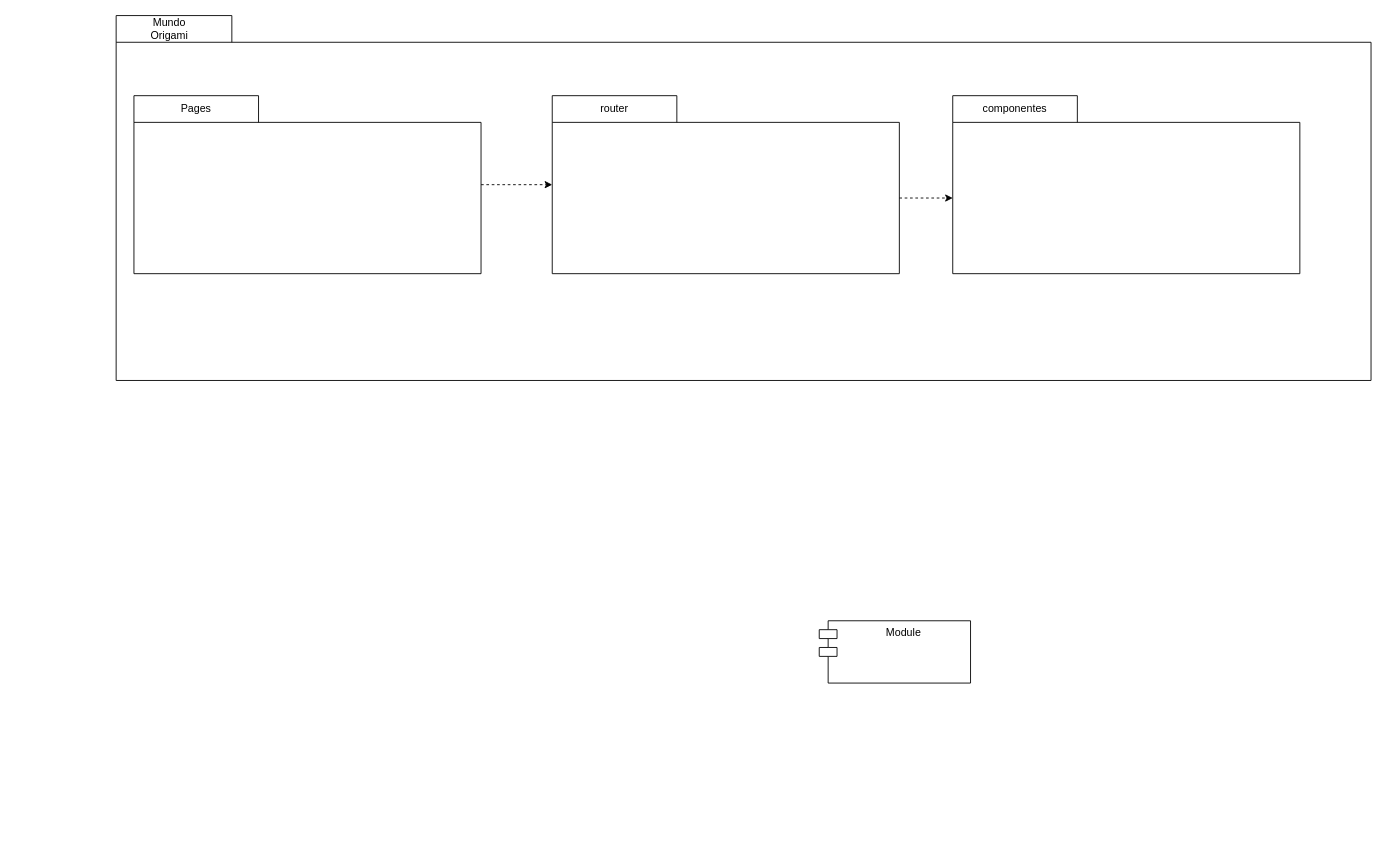
andrescastillo1996/documentacionMundoOrigami keeps this draw.io diagram as Diagrama de paquetes front-end.drawio. Above is the earlier version. Source tidied: cells renumbered, new cells numbered last; positions are measured from the earlier drawing's top-left corner, leaving out a move shared by most shapes. Both pictures are drawn from the tidied source at 89%, with x=0, y=0 at pixel (116, 15).
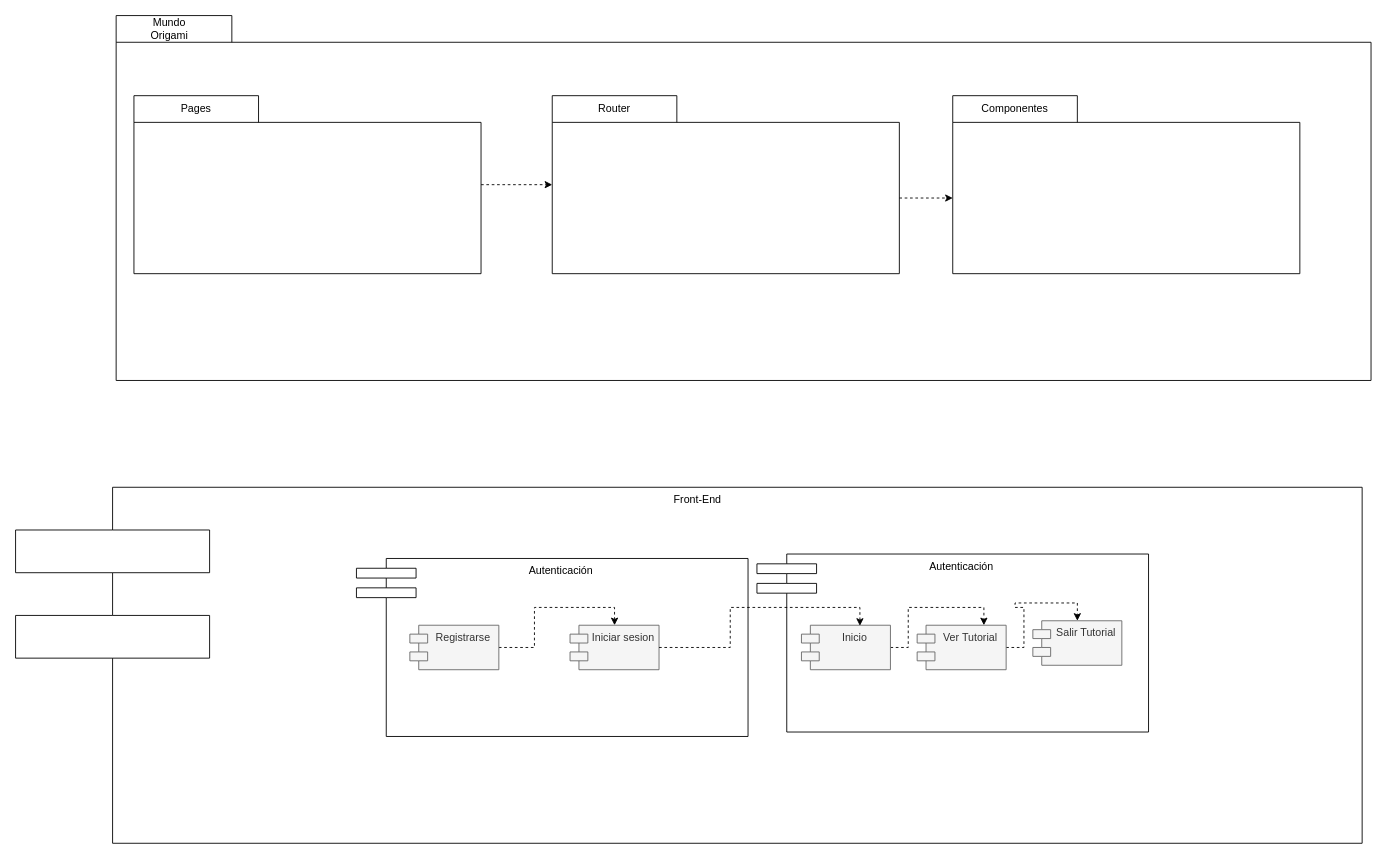
The same page after the edit.

The edit, as a diff of the source:
```diff
@@
-    <mxCell id="3" value="Module" style="shape=module;align=left;spacingLeft=20;align=center;verticalAlign=top;" parent="1" vertex="1">
-      <mxGeometry x="790" y="680" width="170" height="70" as="geometry" />
+    <mxCell id="3" value="Front-End" style="shape=module;align=left;spacingLeft=20;align=center;verticalAlign=top;jettyWidth=218;jettyHeight=48;" parent="1" vertex="1">
+      <mxGeometry x="-113" y="530" width="1513" height="400" as="geometry" />
     </mxCell>
@@
-    <mxCell id="9" value="router" style="text;html=1;strokeColor=none;fillColor=none;align=center;verticalAlign=middle;whiteSpace=wrap;rounded=0;" parent="1" vertex="1">
+    <mxCell id="9" value="Router" style="text;html=1;strokeColor=none;fillColor=none;align=center;verticalAlign=middle;whiteSpace=wrap;rounded=0;" parent="1" vertex="1">
       <mxGeometry x="530" y="90" width="60" height="30" as="geometry" />
     </mxCell>
@@
-    <mxCell id="11" value="componentes" style="text;html=1;strokeColor=none;fillColor=none;align=center;verticalAlign=middle;whiteSpace=wrap;rounded=0;" parent="1" vertex="1">
+    <mxCell id="11" value="Componentes" style="text;html=1;strokeColor=none;fillColor=none;align=center;verticalAlign=middle;whiteSpace=wrap;rounded=0;" parent="1" vertex="1">
       <mxGeometry x="980" y="90" width="60" height="30" as="geometry" />
     </mxCell>
@@
+    <mxCell id="14" value="Autenticación" style="shape=module;align=left;spacingLeft=20;align=center;verticalAlign=top;jettyWidth=67;jettyHeight=11;" parent="1" vertex="1">
+      <mxGeometry x="270" y="610" width="440" height="200" as="geometry" />
+    </mxCell>
+    <mxCell id="15" style="edgeStyle=orthogonalEdgeStyle;rounded=0;jettySize=auto;html=1;entryX=0.5;entryY=0;entryDx=0;entryDy=0;dashed=1;" parent="1" edge="1" source="16" target="17">
+      <mxGeometry relative="1" as="geometry" />
+    </mxCell>
+    <mxCell id="16" value="Registrarse" style="shape=module;align=left;spacingLeft=20;align=center;verticalAlign=top;fillColor=#f5f5f5;strokeColor=#666666;fontColor=#333333;" parent="1" vertex="1">
+      <mxGeometry x="330" y="685" width="100" height="50" as="geometry" />
+    </mxCell>
+    <mxCell id="17" value="Iniciar sesion" style="shape=module;align=left;spacingLeft=20;align=center;verticalAlign=top;fillColor=#f5f5f5;fontColor=#333333;strokeColor=#666666;" parent="1" vertex="1">
+      <mxGeometry x="510" y="685" width="100" height="50" as="geometry" />
+    </mxCell>
+    <mxCell id="18" value="Autenticación" style="shape=module;align=left;spacingLeft=20;align=center;verticalAlign=top;jettyWidth=67;jettyHeight=11;" parent="1" vertex="1">
+      <mxGeometry x="720" y="605" width="440" height="200" as="geometry" />
+    </mxCell>
+    <mxCell id="19" style="edgeStyle=orthogonalEdgeStyle;rounded=0;jettySize=auto;html=1;entryX=0.5;entryY=0;entryDx=0;entryDy=0;dashed=1;" parent="1" edge="1" source="20" target="24">
+      <mxGeometry relative="1" as="geometry" />
+    </mxCell>
+    <mxCell id="20" value="Ver Tutorial" style="shape=module;align=left;spacingLeft=20;align=center;verticalAlign=top;fillColor=#f5f5f5;strokeColor=#666666;fontColor=#333333;" parent="1" vertex="1">
+      <mxGeometry x="900" y="685" width="100" height="50" as="geometry" />
+    </mxCell>
+    <mxCell id="21" style="edgeStyle=orthogonalEdgeStyle;rounded=0;jettySize=auto;html=1;entryX=0.75;entryY=0;entryDx=0;entryDy=0;dashed=1;" parent="1" edge="1" source="22" target="20">
+      <mxGeometry relative="1" as="geometry" />
+    </mxCell>
+    <mxCell id="22" value="Inicio" style="shape=module;align=left;spacingLeft=20;align=center;verticalAlign=top;fillColor=#f5f5f5;strokeColor=#666666;fontColor=#333333;" parent="1" vertex="1">
+      <mxGeometry x="770" y="685" width="100" height="50" as="geometry" />
+    </mxCell>
+    <mxCell id="23" style="edgeStyle=orthogonalEdgeStyle;rounded=0;jettySize=auto;html=1;entryX=0.657;entryY=0.013;entryDx=0;entryDy=0;entryPerimeter=0;dashed=1;" parent="1" edge="1" source="17" target="22">
+      <mxGeometry relative="1" as="geometry" />
+    </mxCell>
+    <mxCell id="24" value="Salir Tutorial" style="shape=module;align=left;spacingLeft=20;align=center;verticalAlign=top;fillColor=#f5f5f5;strokeColor=#666666;fontColor=#333333;" parent="1" vertex="1">
+      <mxGeometry x="1030" y="680" width="100" height="50" as="geometry" />
+    </mxCell>
```
